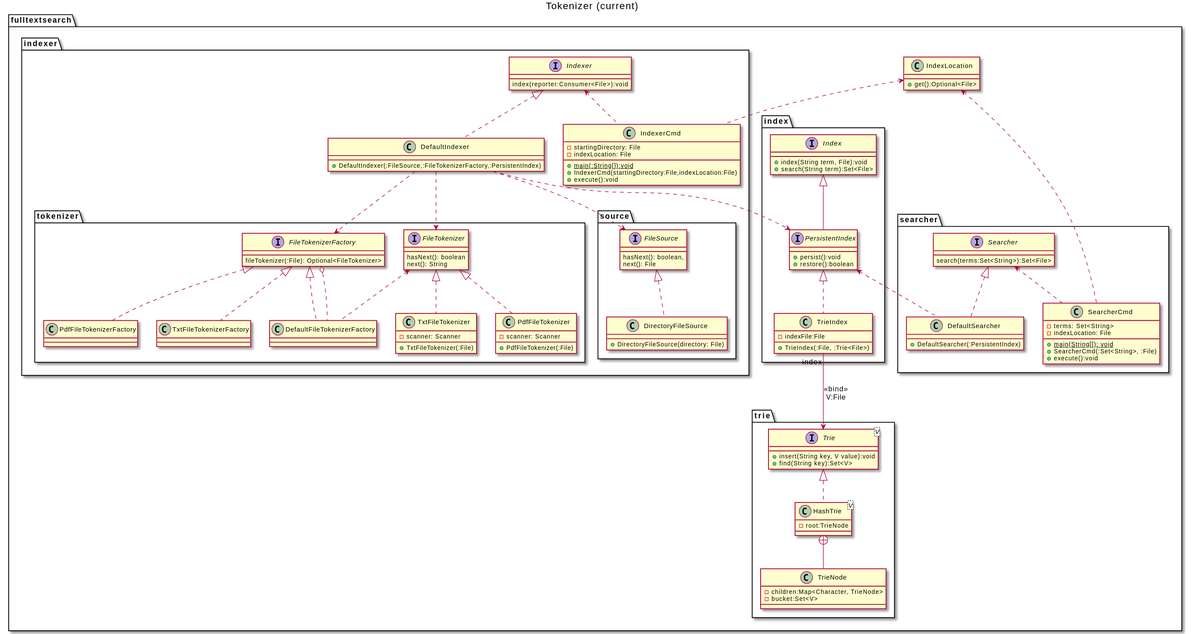
This is design/ClassCurrent.svg from dmunguiatec/IC-6821-TC6, a PlantUML export, as it was before one commit. The source it was exported from:
```plantuml
@startuml

title Tokenizer (current)

package fulltextsearch {

    class IndexLocation {
        +get():Optional<File>
    }

    package index {

        interface Index {
            + index(String term, File):void
            + search(String term):Set<File>
        }

        interface PersistentIndex {
            + persist():void
            + restore():boolean
        }

        Index <|-- PersistentIndex

        PersistentIndex <|.. TrieIndex

        class TrieIndex {
            - indexFile:File
            + TrieIndex(:File, :Trie<File>)
        }
    }

    package indexer {

        interface Indexer {
            index(reporter:Consumer<File>):void
        }

        class DefaultIndexer {
            + DefaultIndexer(:FileSource,:FileTokenizerFactory,:PersistentIndex)
        }

        Indexer <|.. DefaultIndexer

        class IndexerCmd {
            - startingDirectory: File
            - indexLocation: File
            + {static} main(:String[]):void
            + IndexerCmd(startingDirectory:File,indexLocation:File)
            + execute():void
        }

        Indexer <.. IndexerCmd
        IndexLocation <.. IndexerCmd

        package tokenizer {

            interface FileTokenizerFactory {
                fileTokenizer(:File): Optional<FileTokenizer>
            }

            interface FileTokenizer {
                hasNext(): boolean
                next(): String
            }

            class DefaultFileTokenizerFactory {
            }

            FileTokenizerFactory <|.. DefaultFileTokenizerFactory

            class TxtFileTokenizer {
                - scanner: Scanner
                + TxtFileTokenizer(:File)
            }

            FileTokenizer <|.. TxtFileTokenizer

            class PdfFileTokenizer {
                - scanner: Scanner
                + PdfFileTokenizer(:File)
            }

            FileTokenizer <|.. PdfFileTokenizer

            FileTokenizer <.. DefaultFileTokenizerFactory

            class PdfFileTokenizerFactory {
            }

            class TxtFileTokenizerFactory {
            }

            FileTokenizerFactory <|.. PdfFileTokenizerFactory
            FileTokenizerFactory <|.. TxtFileTokenizerFactory
            FileTokenizerFactory o.. DefaultFileTokenizerFactory

        }

        package source {
            interface FileSource {
                hasNext(): boolean,
                next(): File
            }

            class DirectoryFileSource {
                + DirectoryFileSource(directory: File)
            }

            FileSource <|.. DirectoryFileSource
        }

        DefaultIndexer ..> FileSource
        DefaultIndexer ..> FileTokenizerFactory
        DefaultIndexer ..> FileTokenizer
        DefaultIndexer ..> PersistentIndex

    }

    package searcher {
        interface Searcher {
            search(terms:Set<String>):Set<File>
        }

        class DefaultSearcher {
            + DefaultSearcher(:PersistentIndex)
        }

        class SearcherCmd {
            - terms: Set<String>
            - indexLocation: File
            + {static} main(String[]): void
            + SearcherCmd(:Set<String>, :File)
            + execute():void
        }

        Searcher <|.. DefaultSearcher
        Searcher <.. SearcherCmd
        PersistentIndex <.. DefaultSearcher
        IndexLocation <.. SearcherCmd
    }

    package trie {

        interface Trie<V> {
            + insert(String key, V value):void
            + find(String key):Set<V>
        }

        class HashTrie<V> {
            - root:TrieNode
        }

        class TrieNode {
            - children:Map<Character, TrieNode>
            - bucket:Set<V>
        }

        Trie<|..HashTrie
        HashTrie+--TrieNode
        TrieIndex "index" --> Trie :<<bind>>\nV:File
    }
}


@enduml
```
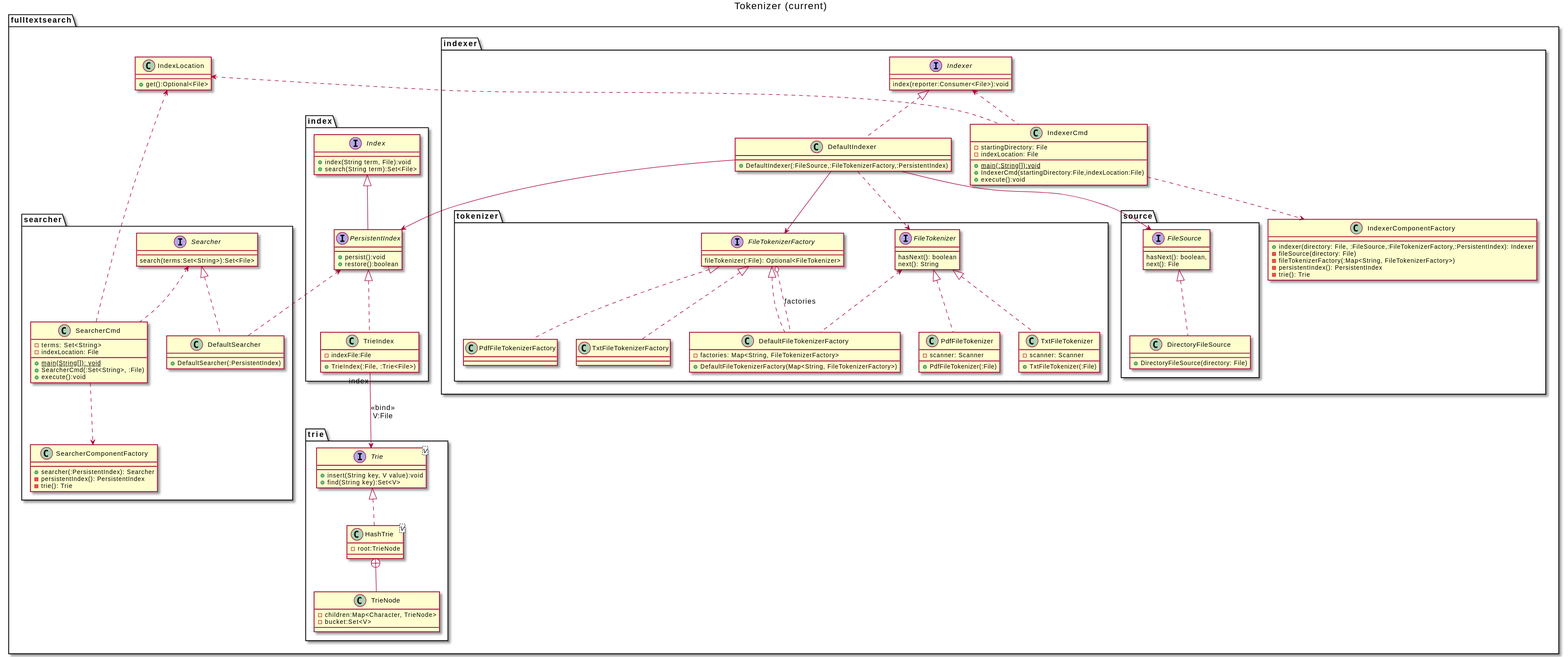
Above is the later version.

Commit message:
Ajustando diagrama de clases

The edit, as a diff of the source:
```diff
@@ -65,6 +65,8 @@
             }
 
             class DefaultFileTokenizerFactory {
+                - factories: Map<String, FileTokenizerFactory>
+                + DefaultFileTokenizerFactory(Map<String, FileTokenizerFactory>)
             }
 
             FileTokenizerFactory <|.. DefaultFileTokenizerFactory
@@ -93,7 +95,7 @@
 
             FileTokenizerFactory <|.. PdfFileTokenizerFactory
             FileTokenizerFactory <|.. TxtFileTokenizerFactory
-            FileTokenizerFactory o.. DefaultFileTokenizerFactory
+            FileTokenizerFactory o.. DefaultFileTokenizerFactory :factories
 
         }
 
@@ -110,11 +112,20 @@
             FileSource <|.. DirectoryFileSource
         }
 
-        DefaultIndexer ..> FileSource
-        DefaultIndexer ..> FileTokenizerFactory
+        DefaultIndexer --> FileSource
+        DefaultIndexer --> FileTokenizerFactory
         DefaultIndexer ..> FileTokenizer
-        DefaultIndexer ..> PersistentIndex
+        DefaultIndexer --> PersistentIndex
 
+        class IndexerComponentFactory {
+            + indexer(directory: File, :FileSource,:FileTokenizerFactory,:PersistentIndex): Indexer
+            - fileSource(directory: File)
+            - fileTokenizerFactory(:Map<String, FileTokenizerFactory>)
+            - persistentIndex(): PersistentIndex
+            - trie(): Trie
+        }
+
+        IndexerCmd ..> IndexerComponentFactory
     }
 
     package searcher {
@@ -138,6 +149,14 @@
         Searcher <.. SearcherCmd
         PersistentIndex <.. DefaultSearcher
         IndexLocation <.. SearcherCmd
+
+        class SearcherComponentFactory {
+            + searcher(:PersistentIndex): Searcher
+            - persistentIndex(): PersistentIndex
+            - trie(): Trie
+        }
+
+        SearcherCmd ..> SearcherComponentFactory
     }
 
     package trie {
```
